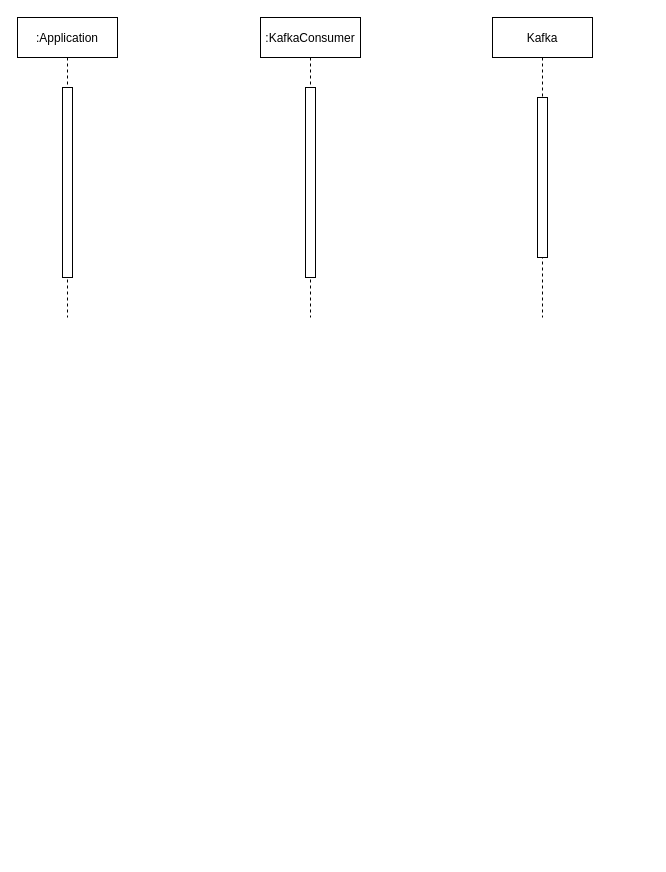
Above: Untitled Diagram.drawio in minhtran-q/kafka-knownledge (draw.io), before the change. Source tidied: cells renumbered, new cells numbered last; positions are measured from the earlier drawing's top-left corner, leaving out a move shared by most shapes. Both pictures are drawn from the tidied source at 100%, with x=0, y=0 at pixel (17, 17).
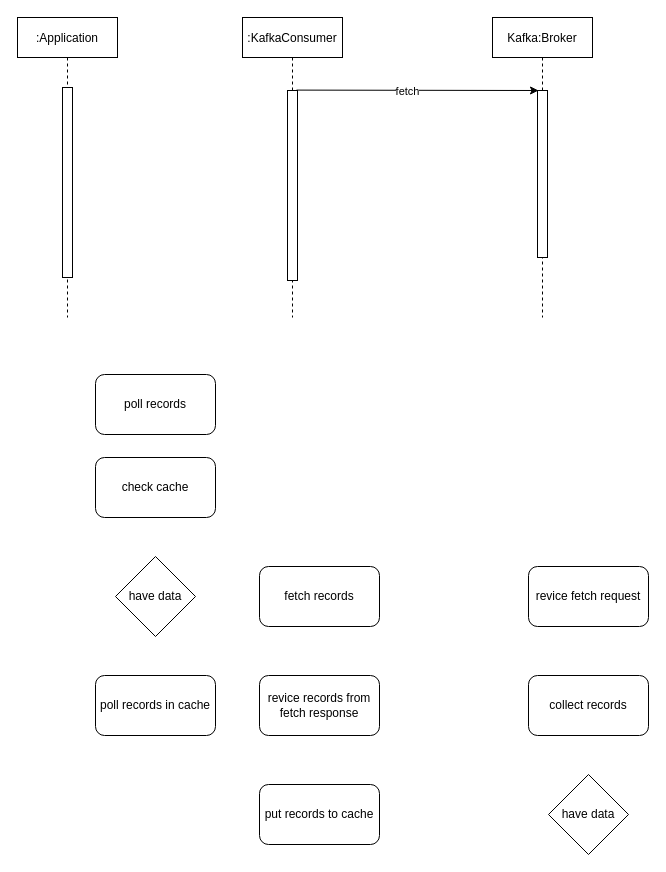
The same page after the edit.

What changed in the source:
```diff
@@
     <mxCell id="2" value=":KafkaConsumer" style="shape=umlLifeline;perimeter=lifelinePerimeter;rounded=0;shadow=0;strokeWidth=1;" parent="1" vertex="1">
-      <mxGeometry x="243" width="100" height="300" as="geometry" />
+      <mxGeometry x="225" width="100" height="300" as="geometry" />
     </mxCell>
     <mxCell id="3" style="perimeter=orthogonalPerimeter;rounded=0;shadow=0;strokeWidth=1;" parent="2" vertex="1">
-      <mxGeometry x="45" y="70" width="10" height="190" as="geometry" />
+      <mxGeometry x="45" y="73" width="10" height="190" as="geometry" />
     </mxCell>
-    <mxCell id="4" value="Kafka" style="shape=umlLifeline;perimeter=lifelinePerimeter;rounded=0;shadow=0;strokeWidth=1;" parent="1" vertex="1">
+    <mxCell id="4" value="Kafka:Broker" style="shape=umlLifeline;perimeter=lifelinePerimeter;rounded=0;shadow=0;strokeWidth=1;" parent="1" vertex="1">
       <mxGeometry x="475" width="100" height="300" as="geometry" />
     </mxCell>
     <mxCell id="5" style="perimeter=orthogonalPerimeter;rounded=0;shadow=0;strokeWidth=1;" parent="4" vertex="1">
-      <mxGeometry x="45" y="80" width="10" height="160" as="geometry" />
+      <mxGeometry x="45" y="73" width="10" height="167" as="geometry" />
     </mxCell>
@@
+    <mxCell id="8" style="endArrow=classic;html=1;rounded=0;exitX=0.54;exitY=0.242;exitDx=0;exitDy=0;exitPerimeter=0;" parent="1" edge="1" source="2">
+      <mxGeometry relative="1" as="geometry">
+        <mxPoint x="521" y="73" as="targetPoint" />
+      </mxGeometry>
+    </mxCell>
+    <mxCell id="9" value="fetch" style="edgeLabel;html=1;align=center;verticalAlign=middle;" parent="8" vertex="1">
+      <mxGeometry x="0.2" y="-1" relative="1" as="geometry">
+        <mxPoint x="-34" as="offset" />
+      </mxGeometry>
+    </mxCell>
+    <mxCell id="10" value="fetch records" style="rounded=1;whiteSpace=wrap;html=1;" parent="1" vertex="1">
+      <mxGeometry x="242" y="549" width="120" height="60" as="geometry" />
+    </mxCell>
+    <mxCell id="11" value="revice fetch request" style="rounded=1;whiteSpace=wrap;html=1;" parent="1" vertex="1">
+      <mxGeometry x="511" y="549" width="120" height="60" as="geometry" />
+    </mxCell>
+    <mxCell id="12" value="collect records" style="rounded=1;whiteSpace=wrap;html=1;" parent="1" vertex="1">
+      <mxGeometry x="511" y="658" width="120" height="60" as="geometry" />
+    </mxCell>
+    <mxCell id="13" value="poll records" style="rounded=1;whiteSpace=wrap;html=1;" parent="1" vertex="1">
+      <mxGeometry x="78" y="357" width="120" height="60" as="geometry" />
+    </mxCell>
+    <mxCell id="14" value="have data" style="rhombus;whiteSpace=wrap;html=1;" parent="1" vertex="1">
+      <mxGeometry x="98" y="539" width="80" height="80" as="geometry" />
+    </mxCell>
+    <mxCell id="15" value="poll records in cache" style="rounded=1;whiteSpace=wrap;html=1;" parent="1" vertex="1">
+      <mxGeometry x="78" y="658" width="120" height="60" as="geometry" />
+    </mxCell>
+    <mxCell id="16" value="check cache" style="rounded=1;whiteSpace=wrap;html=1;" parent="1" vertex="1">
+      <mxGeometry x="78" y="440" width="120" height="60" as="geometry" />
+    </mxCell>
+    <mxCell id="17" value="revice records from fetch response" style="rounded=1;whiteSpace=wrap;html=1;" parent="1" vertex="1">
+      <mxGeometry x="242" y="658" width="120" height="60" as="geometry" />
+    </mxCell>
+    <mxCell id="18" value="put records to cache" style="rounded=1;whiteSpace=wrap;html=1;" parent="1" vertex="1">
+      <mxGeometry x="242" y="767" width="120" height="60" as="geometry" />
+    </mxCell>
+    <mxCell id="19" value="have data" style="rhombus;whiteSpace=wrap;html=1;" parent="1" vertex="1">
+      <mxGeometry x="531" y="757" width="80" height="80" as="geometry" />
+    </mxCell>
```
